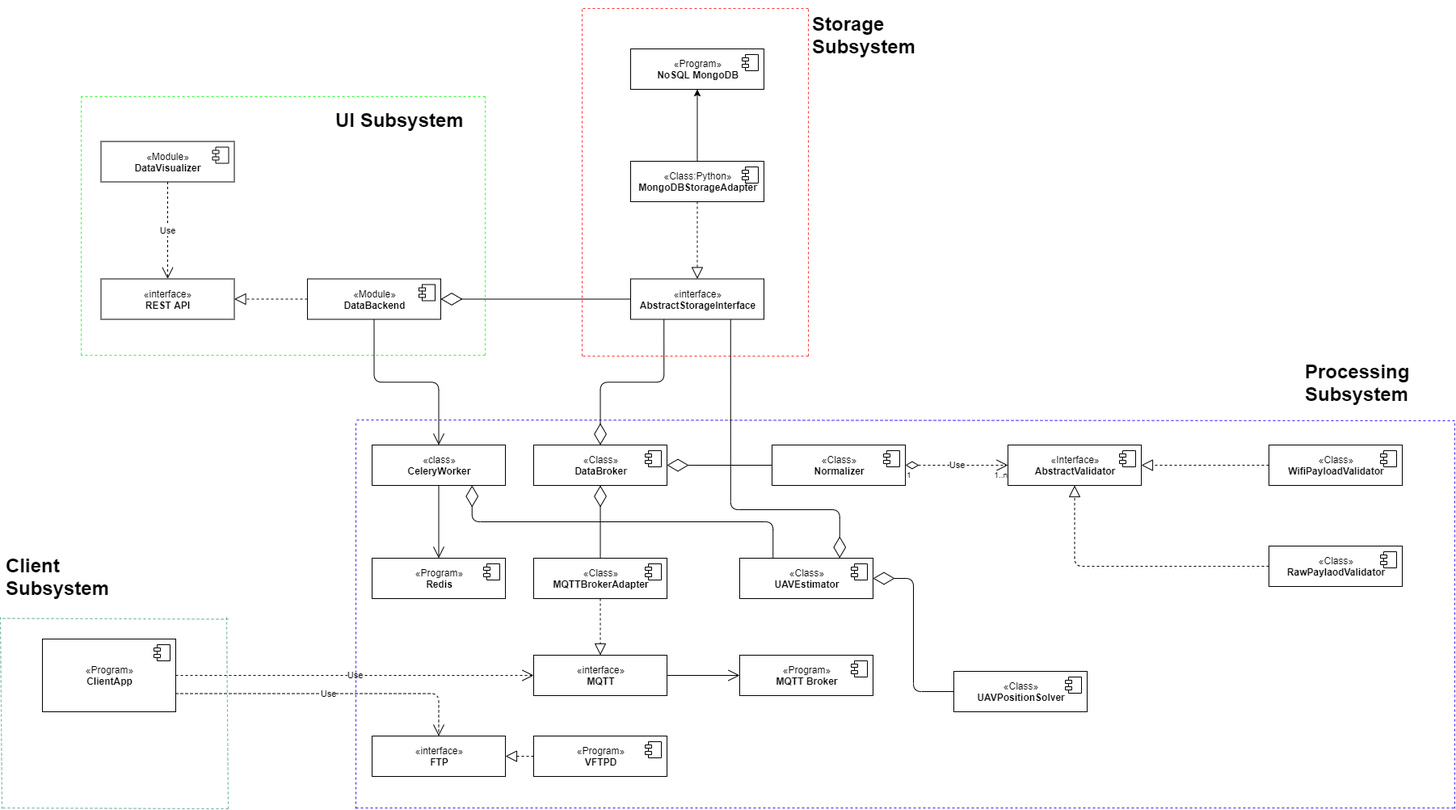
Above: docs/schemes/classes/ClassDiagram-overview.png in Kirkirillka/GPS_Tracker (draw.io), before the change. Source tidied: cells renumbered, new cells last; positions are measured from the earlier drawing's top-left corner, leaving out a move shared by most shapes.
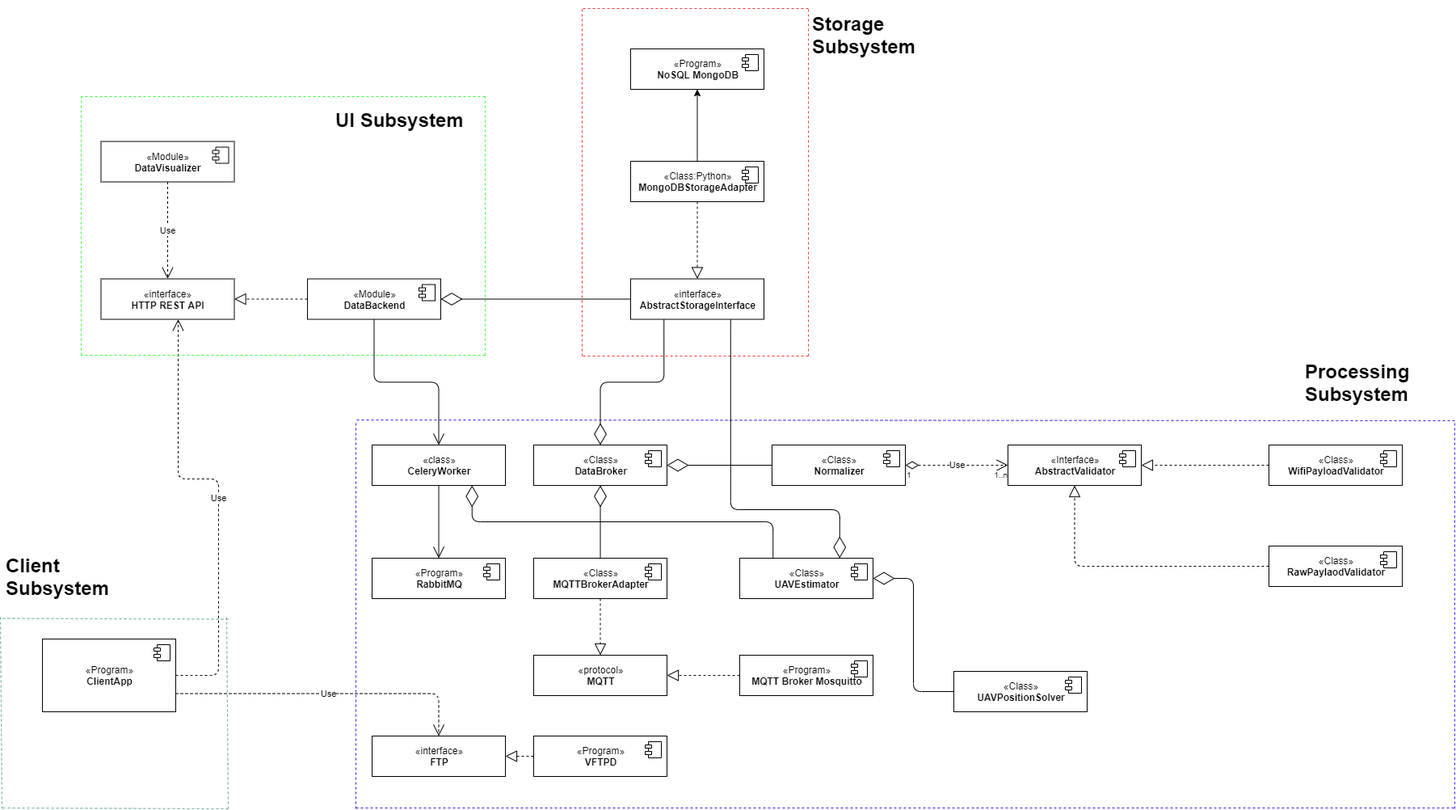
After the commit.

What changed in the source:
```diff
@@ -21,7 +21,7 @@
         <mxPoint x="-27" y="7" as="offset" />
       </mxGeometry>
     </mxCell>
-    <mxCell id="7" value="«interface»&lt;br&gt;&lt;b&gt;MQTT&lt;/b&gt;&lt;br&gt;" style="html=1;" parent="1" vertex="1">
+    <mxCell id="7" value="«protocol»&lt;br&gt;&lt;b&gt;MQTT&lt;/b&gt;" style="html=1;" parent="1" vertex="1">
       <mxGeometry x="660" y="800" width="165" height="50" as="geometry" />
     </mxCell>
     <mxCell id="8" value="«Class»&lt;br&gt;&lt;b&gt;MQTTBrokerAdapter&lt;/b&gt;" style="html=1;" parent="1" vertex="1">
@@ -35,7 +35,7 @@
     <mxCell id="10" style="endArrow=block;dashed=1;endFill=0;endSize=12;html=1;" parent="1" edge="1" source="8" target="7">
       <mxGeometry relative="1" as="geometry" />
     </mxCell>
-    <mxCell id="11" value="«Program»&lt;br&gt;&lt;b&gt;MQTT Broker&lt;/b&gt;" style="html=1;" parent="1" vertex="1">
+    <mxCell id="11" value="«Program»&lt;br&gt;&lt;b&gt;MQTT Broker Mosquitto&lt;/b&gt;" style="html=1;" parent="1" vertex="1">
       <mxGeometry x="915" y="800" width="165" height="50" as="geometry" />
     </mxCell>
     <mxCell id="12" style="shape=component;jettyWidth=8;jettyHeight=4;" parent="11" vertex="1">
@@ -59,8 +59,14 @@
         <mxPoint x="-27" y="7" as="offset" />
       </mxGeometry>
     </mxCell>
-    <mxCell id="17" value="Use" style="endArrow=open;endSize=12;dashed=1;html=1;edgeStyle=orthogonalEdgeStyle;" parent="1" edge="1" source="15" target="7">
-      <mxGeometry relative="1" as="geometry" />
+    <mxCell id="17" value="Use" style="endArrow=open;endSize=12;dashed=1;html=1;edgeStyle=orthogonalEdgeStyle;" parent="1" edge="1" source="15" target="20">
+      <mxGeometry relative="1" as="geometry">
+        <Array as="points">
+          <mxPoint x="270" y="825" />
+          <mxPoint x="270" y="582" />
+          <mxPoint x="220" y="582" />
+        </Array>
+      </mxGeometry>
     </mxCell>
     <mxCell id="18" value="«Module»&lt;br&gt;&lt;b&gt;DataVisualizer&lt;/b&gt;" style="html=1;" parent="1" vertex="1">
       <mxGeometry x="124.5" y="164.5" width="165" height="50" as="geometry" />
@@ -70,7 +76,7 @@
         <mxPoint x="-27" y="7" as="offset" />
       </mxGeometry>
     </mxCell>
-    <mxCell id="20" value="«interface»&lt;br&gt;&lt;b&gt;REST API&lt;/b&gt;" style="html=1;" parent="1" vertex="1">
+    <mxCell id="20" value="«interface»&lt;br&gt;&lt;b&gt;HTTP REST API&lt;/b&gt;" style="html=1;" parent="1" vertex="1">
       <mxGeometry x="124.5" y="334.5" width="165" height="50" as="geometry" />
     </mxCell>
     <mxCell id="21" style="endArrow=block;dashed=1;endFill=0;endSize=12;html=1;" parent="1" edge="1" source="5" target="20">
@@ -261,9 +267,6 @@
     <mxCell id="63" style="endArrow=diamondThin;endFill=0;endSize=24;html=1;" parent="1" edge="1" source="8" target="3">
       <mxGeometry relative="1" as="geometry" />
     </mxCell>
-    <mxCell id="64" style="endArrow=open;endFill=1;endSize=12;html=1;" parent="1" edge="1" source="7" target="11">
-      <mxGeometry relative="1" as="geometry" />
-    </mxCell>
     <mxCell id="65" value="«Class»&lt;br&gt;&lt;b&gt;UAVPositionSolver&lt;/b&gt;" style="html=1;" parent="1" vertex="1">
       <mxGeometry x="1180" y="820" width="165" height="50" as="geometry" />
     </mxCell>
@@ -278,7 +281,7 @@
     <mxCell id="68" style="endArrow=diamondThin;endFill=0;endSize=24;html=1;edgeStyle=orthogonalEdgeStyle;exitX=0.25;exitY=1;exitDx=0;exitDy=0;" parent="1" edge="1" source="2" target="3">
       <mxGeometry relative="1" as="geometry" />
     </mxCell>
-    <mxCell id="69" value="«Program»&lt;br&gt;&lt;b&gt;Redis&lt;/b&gt;" style="html=1;" parent="1" vertex="1">
+    <mxCell id="69" value="«Program»&lt;br&gt;&lt;b&gt;RabbitMQ&lt;/b&gt;" style="html=1;" parent="1" vertex="1">
       <mxGeometry x="460" y="680" width="165" height="50" as="geometry" />
     </mxCell>
     <mxCell id="70" style="shape=component;jettyWidth=8;jettyHeight=4;" parent="69" vertex="1">
@@ -326,5 +329,8 @@
         </Array>
       </mxGeometry>
     </mxCell>
+    <mxCell id="82" style="endArrow=block;dashed=1;endFill=0;endSize=12;html=1;" parent="1" edge="1" source="11" target="7">
+      <mxGeometry relative="1" as="geometry" />
+    </mxCell>
   </root>
 </mxGraphModel>
```
